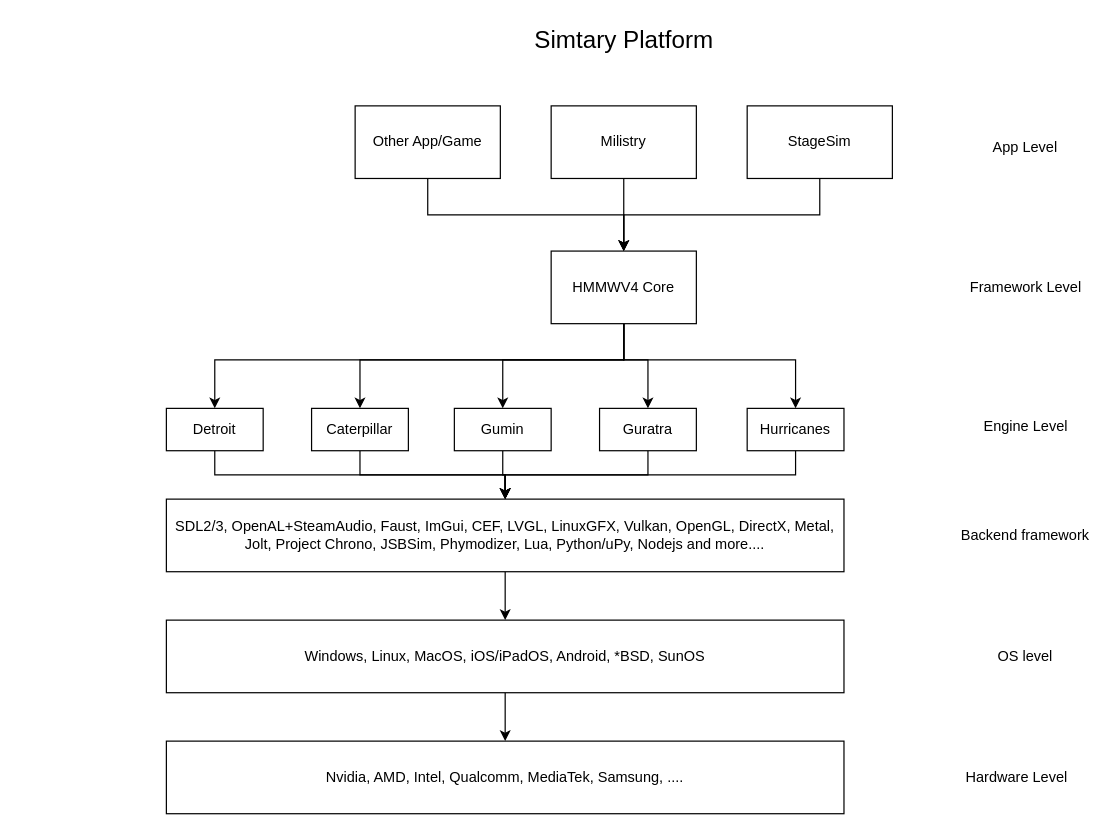
Earlier version of the draw.io diagram platforminfo.drawio (DPSoftware-Technologies/Simtary). Source tidied: cells renumbered, new cells numbered last; positions are measured from the earlier drawing's top-left corner, leaving out a move shared by most shapes. Both pictures are drawn from the tidied source at 121%, with x=0, y=0 at pixel (166, 21).
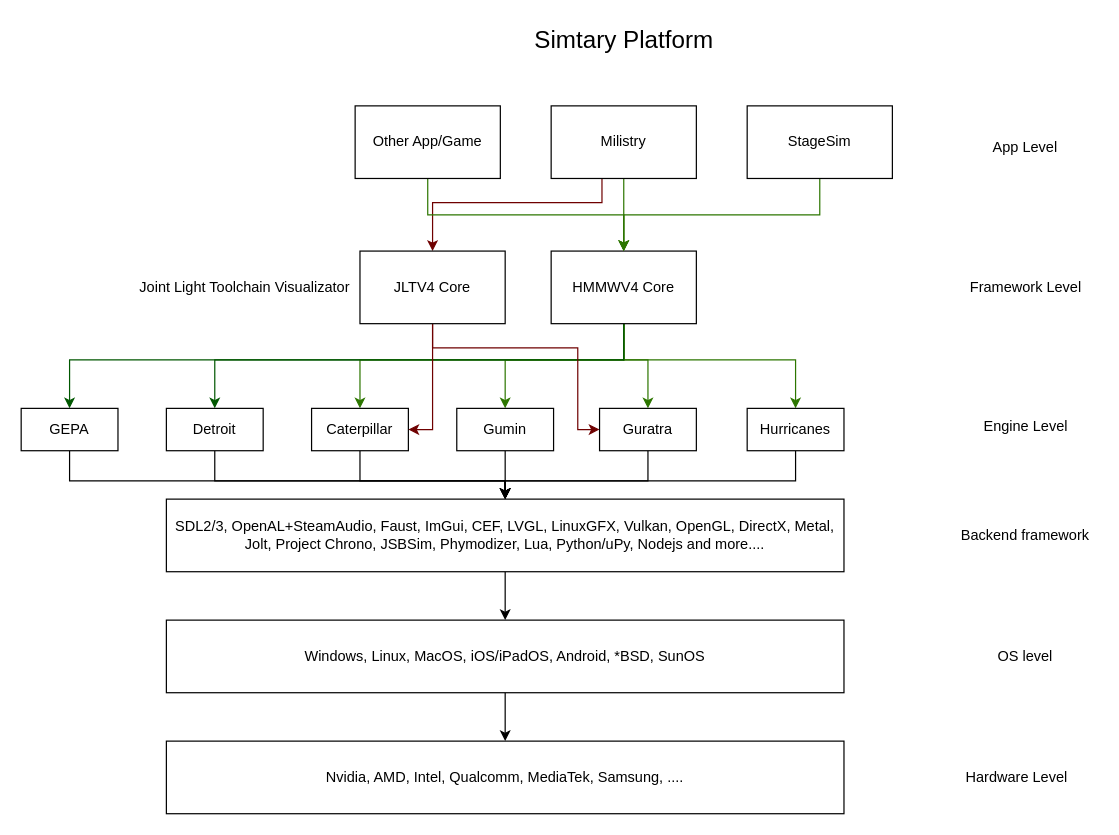
After the change.

Unchanged cells that the change refers to:
```xml
<mxCell id="3" value="Milistry" style="rounded=0;whiteSpace=wrap;html=1;" parent="1" vertex="1">
  <mxGeometry x="318" y="70" width="120" height="60" as="geometry" />
</mxCell>
<mxCell id="10" value="HMMWV4 Core" style="rounded=0;whiteSpace=wrap;html=1;" parent="1" vertex="1">
  <mxGeometry x="318" y="190" width="120" height="60" as="geometry" />
</mxCell>
<mxCell id="12" value="Detroit" style="rounded=0;whiteSpace=wrap;html=1;" parent="1" vertex="1">
  <mxGeometry y="320" width="80" height="35" as="geometry" />
</mxCell>
<mxCell id="15" value="StageSim" style="rounded=0;whiteSpace=wrap;html=1;" parent="1" vertex="1">
  <mxGeometry x="480" y="70" width="120" height="60" as="geometry" />
</mxCell>
<mxCell id="17" value="Other App/Game" style="rounded=0;whiteSpace=wrap;html=1;" parent="1" vertex="1">
  <mxGeometry x="156" y="70" width="120" height="60" as="geometry" />
</mxCell>
<mxCell id="22" value="Caterpillar" style="rounded=0;whiteSpace=wrap;html=1;" parent="1" vertex="1">
  <mxGeometry x="120" y="320" width="80" height="35" as="geometry" />
</mxCell>
<mxCell id="26" value="Guratra" style="rounded=0;whiteSpace=wrap;html=1;" parent="1" vertex="1">
  <mxGeometry x="358" y="320" width="80" height="35" as="geometry" />
</mxCell>
<mxCell id="28" value="Hurricanes" style="rounded=0;whiteSpace=wrap;html=1;" parent="1" vertex="1">
  <mxGeometry x="480" y="320" width="80" height="35" as="geometry" />
</mxCell>
<mxCell id="30" value="SDL2/3, OpenAL+SteamAudio, Faust, ImGui, CEF, LVGL, LinuxGFX, Vulkan, OpenGL, DirectX, Metal, Jolt, Project Chrono, JSBSim, Phymodizer, Lua, Python/uPy, Nodejs and more...." style="rounded=0;whiteSpace=wrap;html=1;" parent="1" vertex="1">
  <mxGeometry y="395" width="560" height="60" as="geometry" />
</mxCell>
```

The edit, as a diff of the source:
```diff
@@
-    <mxCell id="2" style="edgeStyle=orthogonalEdgeStyle;rounded=0;jettySize=auto;html=1;entryX=0.5;entryY=0;entryDx=0;entryDy=0;" parent="1" edge="1" source="3" target="10">
+    <mxCell id="2" style="edgeStyle=orthogonalEdgeStyle;rounded=0;jettySize=auto;html=1;entryX=0.5;entryY=0;entryDx=0;entryDy=0;fillColor=#60a917;strokeColor=#2D7600;" parent="1" edge="1" source="3" target="10">
       <mxGeometry relative="1" as="geometry" />
     </mxCell>
+    <mxCell id="36" style="edgeStyle=orthogonalEdgeStyle;rounded=0;jettySize=auto;html=1;entryX=0.5;entryY=0;entryDx=0;entryDy=0;fillColor=#a20025;strokeColor=#6F0000;" parent="1" edge="1" source="3" target="42">
+      <mxGeometry relative="1" as="geometry">
+        <Array as="points">
+          <mxPoint x="360" y="150" />
+          <mxPoint x="220" y="150" />
+        </Array>
+      </mxGeometry>
+    </mxCell>
@@
-    <mxCell id="5" style="edgeStyle=orthogonalEdgeStyle;rounded=0;jettySize=auto;html=1;entryX=0.5;entryY=0;entryDx=0;entryDy=0;" parent="1" edge="1" source="10" target="12">
+    <mxCell id="5" style="edgeStyle=orthogonalEdgeStyle;rounded=0;jettySize=auto;html=1;entryX=0.5;entryY=0;entryDx=0;entryDy=0;fillColor=#008a00;strokeColor=#005700;" parent="1" edge="1" source="10" target="12">
       <mxGeometry relative="1" as="geometry">
         <Array as="points">
           <mxPoint x="378" y="280" />
           <mxPoint x="40" y="280" />
         </Array>
       </mxGeometry>
     </mxCell>
-    <mxCell id="6" style="edgeStyle=orthogonalEdgeStyle;rounded=0;jettySize=auto;html=1;entryX=0.5;entryY=0;entryDx=0;entryDy=0;" parent="1" edge="1" source="10" target="22">
+    <mxCell id="6" style="edgeStyle=orthogonalEdgeStyle;rounded=0;jettySize=auto;html=1;entryX=0.5;entryY=0;entryDx=0;entryDy=0;fillColor=#60a917;strokeColor=#2D7600;" parent="1" edge="1" source="10" target="22">
       <mxGeometry relative="1" as="geometry">
         <Array as="points">
           <mxPoint x="378" y="280" />
           <mxPoint x="160" y="280" />
         </Array>
       </mxGeometry>
     </mxCell>
-    <mxCell id="7" style="edgeStyle=orthogonalEdgeStyle;rounded=0;jettySize=auto;html=1;entryX=0.5;entryY=0;entryDx=0;entryDy=0;" parent="1" edge="1" source="10" target="24">
+    <mxCell id="7" style="edgeStyle=orthogonalEdgeStyle;rounded=0;jettySize=auto;html=1;fillColor=#60a917;strokeColor=#2D7600;entryX=0.5;entryY=0;entryDx=0;entryDy=0;" parent="1" edge="1" source="10" target="24">
       <mxGeometry relative="1" as="geometry">
         <Array as="points">
           <mxPoint x="378" y="280" />
-          <mxPoint x="278" y="280" />
+          <mxPoint x="280" y="280" />
         </Array>
       </mxGeometry>
     </mxCell>
-    <mxCell id="8" style="edgeStyle=orthogonalEdgeStyle;rounded=0;jettySize=auto;html=1;entryX=0.5;entryY=0;entryDx=0;entryDy=0;" parent="1" edge="1" source="10" target="26">
+    <mxCell id="8" style="edgeStyle=orthogonalEdgeStyle;rounded=0;jettySize=auto;html=1;entryX=0.5;entryY=0;entryDx=0;entryDy=0;fillColor=#60a917;strokeColor=#2D7600;" parent="1" edge="1" source="10" target="26">
       <mxGeometry relative="1" as="geometry">
         <Array as="points">
           <mxPoint x="378" y="280" />
           <mxPoint x="398" y="280" />
         </Array>
       </mxGeometry>
     </mxCell>
-    <mxCell id="9" style="edgeStyle=orthogonalEdgeStyle;rounded=0;jettySize=auto;html=1;entryX=0.5;entryY=0;entryDx=0;entryDy=0;" parent="1" edge="1" source="10" target="28">
+    <mxCell id="9" style="edgeStyle=orthogonalEdgeStyle;rounded=0;jettySize=auto;html=1;entryX=0.5;entryY=0;entryDx=0;entryDy=0;fillColor=#60a917;strokeColor=#2D7600;" parent="1" edge="1" source="10" target="28">
       <mxGeometry relative="1" as="geometry">
         <Array as="points">
           <mxPoint x="378" y="280" />
           <mxPoint x="520" y="280" />
         </Array>
       </mxGeometry>
     </mxCell>
+    <mxCell id="37" style="edgeStyle=orthogonalEdgeStyle;rounded=0;jettySize=auto;html=1;entryX=0.5;entryY=0;entryDx=0;entryDy=0;fillColor=#008a00;strokeColor=#005700;" parent="1" edge="1" source="10" target="39">
+      <mxGeometry relative="1" as="geometry">
+        <Array as="points">
+          <mxPoint x="378" y="280" />
+          <mxPoint x="-80" y="280" />
+        </Array>
+      </mxGeometry>
+    </mxCell>
@@
     <mxCell id="11" style="edgeStyle=orthogonalEdgeStyle;rounded=0;jettySize=auto;html=1;entryX=0.5;entryY=0;entryDx=0;entryDy=0;" parent="1" edge="1" source="12" target="30">
-      <mxGeometry relative="1" as="geometry" />
+      <mxGeometry relative="1" as="geometry">
+        <Array as="points">
+          <mxPoint x="40" y="380" />
+          <mxPoint x="280" y="380" />
+        </Array>
+      </mxGeometry>
     </mxCell>
@@
-    <mxCell id="14" style="edgeStyle=orthogonalEdgeStyle;rounded=0;jettySize=auto;html=1;entryX=0.5;entryY=0;entryDx=0;entryDy=0;" parent="1" edge="1" source="15" target="10">
+    <mxCell id="14" style="edgeStyle=orthogonalEdgeStyle;rounded=0;jettySize=auto;html=1;entryX=0.5;entryY=0;entryDx=0;entryDy=0;fillColor=#60a917;strokeColor=#2D7600;" parent="1" edge="1" source="15" target="10">
       <mxGeometry relative="1" as="geometry">
         <Array as="points">
           <mxPoint x="540" y="160" />
           <mxPoint x="378" y="160" />
         </Array>
       </mxGeometry>
     </mxCell>
@@
-    <mxCell id="16" style="edgeStyle=orthogonalEdgeStyle;rounded=0;jettySize=auto;html=1;entryX=0.5;entryY=0;entryDx=0;entryDy=0;" parent="1" edge="1" source="17" target="10">
+    <mxCell id="16" style="edgeStyle=orthogonalEdgeStyle;rounded=0;jettySize=auto;html=1;entryX=0.5;entryY=0;entryDx=0;entryDy=0;fillColor=#60a917;strokeColor=#2D7600;" parent="1" edge="1" source="17" target="10">
       <mxGeometry relative="1" as="geometry">
         <Array as="points">
           <mxPoint x="216" y="160" />
           <mxPoint x="378" y="160" />
         </Array>
       </mxGeometry>
     </mxCell>
@@
     <mxCell id="21" style="edgeStyle=orthogonalEdgeStyle;rounded=0;jettySize=auto;html=1;entryX=0.5;entryY=0;entryDx=0;entryDy=0;" parent="1" edge="1" source="22" target="30">
-      <mxGeometry relative="1" as="geometry" />
+      <mxGeometry relative="1" as="geometry">
+        <Array as="points">
+          <mxPoint x="160" y="380" />
+          <mxPoint x="280" y="380" />
+        </Array>
+      </mxGeometry>
     </mxCell>
@@
     <mxCell id="24" value="Gumin" style="rounded=0;whiteSpace=wrap;html=1;" parent="1" vertex="1">
-      <mxGeometry x="238" y="320" width="80" height="35" as="geometry" />
+      <mxGeometry x="240" y="320" width="80" height="35" as="geometry" />
     </mxCell>
     <mxCell id="25" style="edgeStyle=orthogonalEdgeStyle;rounded=0;jettySize=auto;html=1;entryX=0.5;entryY=0;entryDx=0;entryDy=0;" parent="1" edge="1" source="26" target="30">
-      <mxGeometry relative="1" as="geometry" />
+      <mxGeometry relative="1" as="geometry">
+        <Array as="points">
+          <mxPoint x="398" y="380" />
+          <mxPoint x="280" y="380" />
+        </Array>
+      </mxGeometry>
     </mxCell>
@@
     <mxCell id="27" style="edgeStyle=orthogonalEdgeStyle;rounded=0;jettySize=auto;html=1;entryX=0.5;entryY=0;entryDx=0;entryDy=0;" parent="1" edge="1" source="28" target="30">
-      <mxGeometry relative="1" as="geometry" />
+      <mxGeometry relative="1" as="geometry">
+        <Array as="points">
+          <mxPoint x="520" y="380" />
+          <mxPoint x="280" y="380" />
+        </Array>
+      </mxGeometry>
     </mxCell>
@@
+    <mxCell id="38" style="edgeStyle=orthogonalEdgeStyle;rounded=0;jettySize=auto;html=1;entryX=0.5;entryY=0;entryDx=0;entryDy=0;" parent="1" edge="1" source="39" target="30">
+      <mxGeometry relative="1" as="geometry">
+        <Array as="points">
+          <mxPoint x="-80" y="379.9" />
+          <mxPoint x="280" y="379.9" />
+        </Array>
+      </mxGeometry>
+    </mxCell>
+    <mxCell id="39" value="GEPA" style="rounded=0;whiteSpace=wrap;html=1;" parent="1" vertex="1">
+      <mxGeometry x="-120" y="320" width="80" height="35" as="geometry" />
+    </mxCell>
+    <mxCell id="40" style="edgeStyle=orthogonalEdgeStyle;rounded=0;jettySize=auto;html=1;entryX=0;entryY=0.5;entryDx=0;entryDy=0;fillColor=#a20025;strokeColor=#6F0000;" parent="1" edge="1" source="42" target="26">
+      <mxGeometry relative="1" as="geometry">
+        <Array as="points">
+          <mxPoint x="220" y="270" />
+          <mxPoint x="340" y="270" />
+          <mxPoint x="340" y="337.5" />
+        </Array>
+      </mxGeometry>
+    </mxCell>
+    <mxCell id="41" style="edgeStyle=orthogonalEdgeStyle;rounded=0;jettySize=auto;html=1;entryX=1;entryY=0.5;entryDx=0;entryDy=0;fillColor=#a20025;strokeColor=#6F0000;" parent="1" edge="1" source="42" target="22">
+      <mxGeometry relative="1" as="geometry" />
+    </mxCell>
+    <mxCell id="42" value="JLTV4 Core" style="rounded=0;whiteSpace=wrap;html=1;" parent="1" vertex="1">
+      <mxGeometry x="160" y="190" width="120" height="60" as="geometry" />
+    </mxCell>
+    <mxCell id="43" value="Joint Light Toolchain&amp;nbsp;Visualizator" style="text;html=1;whiteSpace=wrap;strokeColor=none;fillColor=none;align=center;verticalAlign=middle;rounded=0;" parent="1" vertex="1">
+      <mxGeometry x="-30" y="205" width="190" height="30" as="geometry" />
+    </mxCell>
```
